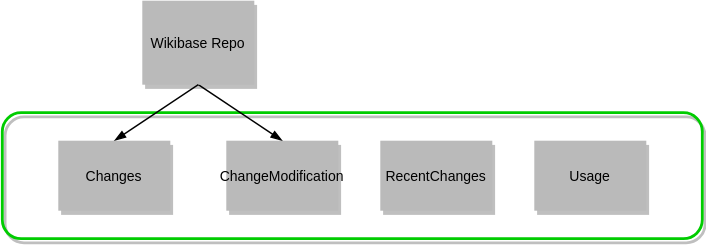
The draw.io diagram systems/WikibaseClient/diagrams/05-entitychangenotifications.drawio.svg in wmde/wikidata-wikibase-architecture, before a commit. Source tidied: cells renumbered, new cells last; positions are measured from the earlier drawing's top-left corner, leaving out a move shared by most shapes.
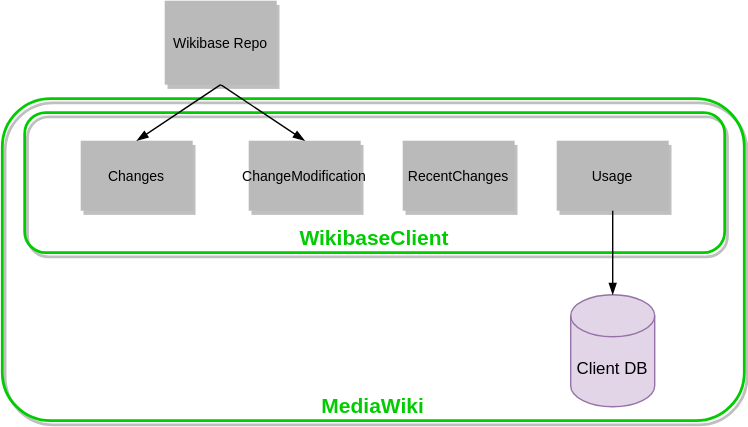
After the commit.

Commit message:
Add maintenance script to Client Building Blocks

Diff of the diagram source:
```diff
@@ -2,8 +2,11 @@
   <root>
     <mxCell id="0" />
     <mxCell id="1" parent="0" />
+    <mxCell id="10" value="MediaWiki" style="rounded=1;shadow=1;fontSize=15;fillColor=none;strokeColor=#00CC00;strokeWidth=2;fontColor=#00CC00;fontStyle=1;labelBorderColor=none;labelBackgroundColor=none;horizontal=1;verticalAlign=bottom;" parent="1" vertex="1">
+      <mxGeometry x="-16" y="70" width="530" height="230" as="geometry" />
+    </mxCell>
-    <mxCell id="2" style="rounded=1;shadow=1;fontSize=15;fillColor=none;strokeColor=#00CC00;strokeWidth=2;fontColor=#00CC00;fontStyle=1;labelBorderColor=none;labelBackgroundColor=none;horizontal=1;verticalAlign=top;" parent="1" vertex="1">
-      <mxGeometry y="80" width="500" height="90" as="geometry" />
+    <mxCell id="2" value="WikibaseClient" style="rounded=1;shadow=1;fontSize=15;fillColor=none;strokeColor=#00CC00;strokeWidth=2;fontColor=#00CC00;fontStyle=1;labelBorderColor=none;labelBackgroundColor=none;horizontal=1;verticalAlign=bottom;" parent="1" vertex="1">
+      <mxGeometry y="80" width="500" height="100" as="geometry" />
     </mxCell>
     <mxCell id="3" value="Changes" style="rounded=0;shadow=1;fontSize=10;fontColor=#000000;strokeColor=none;direction=west;fillColor=#BABABA;" parent="1" vertex="1">
       <mxGeometry x="40" y="100" width="80" height="50" as="geometry" />
@@ -26,5 +29,11 @@
     <mxCell id="9" value="RecentChanges" style="rounded=0;shadow=1;fontSize=10;fontColor=#000000;strokeColor=none;direction=west;fillColor=#BABABA;" parent="1" vertex="1">
       <mxGeometry x="270" y="100" width="80" height="50" as="geometry" />
     </mxCell>
+    <mxCell id="11" value="Client DB" style="shape=cylinder3;whiteSpace=wrap;html=1;boundedLbl=1;backgroundOutline=1;size=15;fillColor=#E1D5E7;strokeColor=#9673A6;" parent="1" vertex="1">
+      <mxGeometry x="390" y="210" width="60" height="80" as="geometry" />
+    </mxCell>
+    <mxCell id="12" style="endArrow=blockThin;html=1;strokeColor=#000000;fontSize=10;fontColor=#000000;strokeWidth=1;endFill=1;entryX=0.5;entryY=0;entryDx=0;entryDy=0;exitX=0.5;exitY=0;exitDx=0;exitDy=0;entryPerimeter=0;" parent="1" edge="1" source="8" target="11">
+      <mxGeometry relative="1" as="geometry" />
+    </mxCell>
   </root>
 </mxGraphModel>
```
